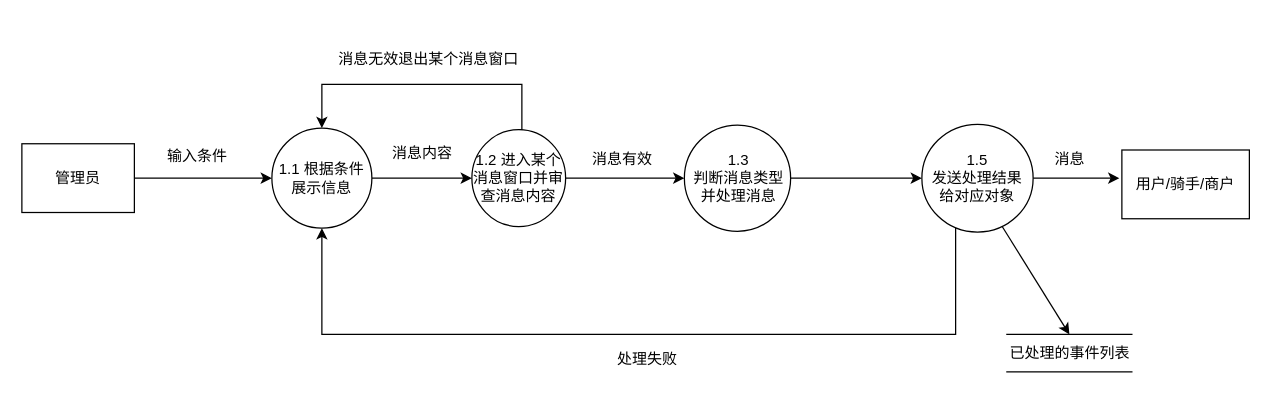
Before: page "管理员目标系统模型" (5 of 12) of Untitled Diagram.drawio in czely/czely.github.io, a draw.io diagram. Source tidied: cells renumbered, new cells numbered last; positions are measured from the earlier drawing's top-left corner, leaving out a move shared by most shapes. Both pictures are drawn from the tidied source at 125%, with x=0, y=0 at pixel (21, 46).
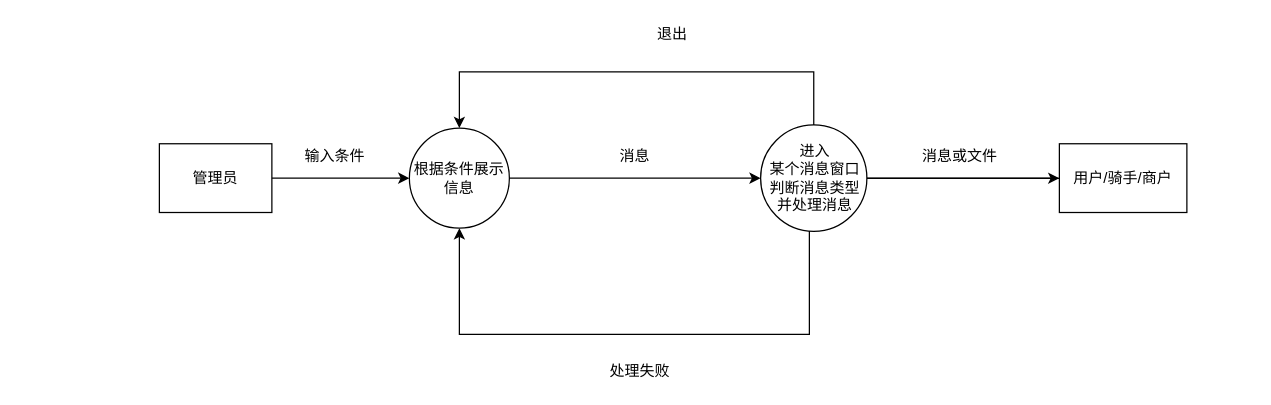
Above is the later version.

Change to the diagram source:
```diff
@@
     <mxCell id="2" value="管理员" style="rounded=0;whiteSpace=wrap;html=1;" parent="1" vertex="1">
-      <mxGeometry y="77.5" width="90" height="55" as="geometry" />
+      <mxGeometry x="110" y="77.5" width="90" height="55" as="geometry" />
     </mxCell>
-    <mxCell id="3" style="edgeStyle=orthogonalEdgeStyle;rounded=0;jettySize=auto;html=1;exitX=0.5;exitY=0;exitDx=0;exitDy=0;entryX=0.5;entryY=0;entryDx=0;entryDy=0;" parent="1" edge="1" source="5" target="12">
-      <mxGeometry relative="1" as="geometry">
-        <Array as="points">
-          <mxPoint x="400" y="30" />
-          <mxPoint x="240" y="30" />
-        </Array>
-      </mxGeometry>
-    </mxCell>
-    <mxCell id="4" style="edgeStyle=orthogonalEdgeStyle;rounded=0;jettySize=auto;html=1;entryX=0;entryY=0.5;entryDx=0;entryDy=0;" parent="1" edge="1" source="5" target="20">
-      <mxGeometry relative="1" as="geometry" />
-    </mxCell>
-    <mxCell id="5" value="1.2 进入某个消息窗口并审查消息内容" style="ellipse;whiteSpace=wrap;html=1;" parent="1" vertex="1">
-      <mxGeometry x="360" y="66.2" width="75" height="77.5" as="geometry" />
-    </mxCell>
-    <mxCell id="6" style="edgeStyle=orthogonalEdgeStyle;rounded=0;jettySize=auto;html=1;exitX=1;exitY=0.5;exitDx=0;exitDy=0;" parent="1" edge="1" source="8">
-      <mxGeometry relative="1" as="geometry">
-        <mxPoint x="878" y="105" as="targetPoint" />
-        <Array as="points">
-          <mxPoint x="868" y="105" />
-        </Array>
-      </mxGeometry>
-    </mxCell>
-    <mxCell id="7" style="edgeStyle=orthogonalEdgeStyle;rounded=0;jettySize=auto;html=1;" parent="1" edge="1" source="8" target="12">
+    <mxCell id="7" style="edgeStyle=orthogonalEdgeStyle;rounded=0;jettySize=auto;html=1;" parent="1" edge="1" target="12">
       <mxGeometry relative="1" as="geometry">
+        <mxPoint x="830" y="105.1" as="sourcePoint" />
         <Array as="points">
-          <mxPoint x="747" y="230" />
-          <mxPoint x="240" y="230" />
+          <mxPoint x="630" y="105" />
+          <mxPoint x="630" y="230" />
+          <mxPoint x="350" y="230" />
         </Array>
       </mxGeometry>
     </mxCell>
-    <mxCell id="8" value="1.5&lt;br&gt;发送处理结果&lt;br&gt;给对应对象" style="ellipse;whiteSpace=wrap;html=1;" parent="1" vertex="1">
-      <mxGeometry x="720" y="61.9" width="89" height="86.2" as="geometry" />
-    </mxCell>
     <mxCell id="9" value="用户/骑手/商户" style="whiteSpace=wrap;html=1;" parent="1" vertex="1">
-      <mxGeometry x="880" y="82.5" width="102" height="55" as="geometry" />
+      <mxGeometry x="830" y="77.5" width="102" height="55" as="geometry" />
     </mxCell>
-    <mxCell id="10" value="消息" style="text;html=1;align=center;verticalAlign=middle;" parent="1" vertex="1">
-      <mxGeometry x="818" y="80" width="40" height="20" as="geometry" />
-    </mxCell>
-    <mxCell id="11" style="edgeStyle=orthogonalEdgeStyle;rounded=0;jettySize=auto;html=1;" parent="1" edge="1" source="12" target="5">
+    <mxCell id="11" style="edgeStyle=orthogonalEdgeStyle;rounded=0;jettySize=auto;html=1;entryX=0;entryY=0.5;entryDx=0;entryDy=0;" parent="1" edge="1" source="12" target="20">
       <mxGeometry relative="1" as="geometry" />
     </mxCell>
-    <mxCell id="12" value="1.1 根据条件展示信息" style="ellipse;whiteSpace=wrap;html=1;" parent="1" vertex="1">
-      <mxGeometry x="200" y="65" width="80" height="80" as="geometry" />
+    <mxCell id="12" value="根据条件展示信息" style="ellipse;whiteSpace=wrap;html=1;" parent="1" vertex="1">
+      <mxGeometry x="310" y="65" width="80" height="80" as="geometry" />
     </mxCell>
@@
     <mxCell id="14" value="输入条件" style="text;html=1;align=center;verticalAlign=middle;" parent="1" vertex="1">
-      <mxGeometry x="110" y="77.5" width="60" height="20" as="geometry" />
+      <mxGeometry x="220" y="77.5" width="60" height="20" as="geometry" />
     </mxCell>
-    <mxCell id="15" value="已处理的事件列表" style="html=1;dashed=0;whitespace=wrap;shape=partialRectangle;right=0;left=0;" parent="1" vertex="1">
-      <mxGeometry x="788" y="230" width="100" height="30" as="geometry" />
-    </mxCell>
-    <mxCell id="16" value="消息无效退出某个消息窗口" style="text;html=1;align=center;verticalAlign=middle;" parent="1" vertex="1">
-      <mxGeometry x="245" width="160" height="20" as="geometry" />
+    <mxCell id="16" value="退出" style="text;html=1;align=center;verticalAlign=middle;" parent="1" vertex="1">
+      <mxGeometry x="500" y="-20" width="40" height="20" as="geometry" />
     </mxCell>
-    <mxCell id="17" style="endArrow=classic;html=1;exitX=0.722;exitY=0.949;exitDx=0;exitDy=0;exitPerimeter=0;entryX=0.5;entryY=0;entryDx=0;entryDy=0;" parent="1" edge="1" source="8" target="15">
-      <mxGeometry relative="1" as="geometry" />
-    </mxCell>
     <mxCell id="18" value="处理失败" style="text;html=1;align=center;verticalAlign=middle;" parent="1" vertex="1">
-      <mxGeometry x="470" y="240" width="60" height="20" as="geometry" />
+      <mxGeometry x="464" y="250" width="60" height="20" as="geometry" />
     </mxCell>
-    <mxCell id="19" style="edgeStyle=orthogonalEdgeStyle;rounded=0;jettySize=auto;html=1;" parent="1" edge="1" source="20" target="8">
-      <mxGeometry relative="1" as="geometry" />
+    <mxCell id="19" style="edgeStyle=orthogonalEdgeStyle;rounded=0;jettySize=auto;html=1;" parent="1" edge="1" source="20">
+      <mxGeometry relative="1" as="geometry">
+        <mxPoint x="830" y="105.1" as="targetPoint" />
+      </mxGeometry>
     </mxCell>
+    <mxCell id="23" style="edgeStyle=orthogonalEdgeStyle;rounded=0;jettySize=auto;html=1;exitX=0.5;exitY=0;exitDx=0;exitDy=0;entryX=0.5;entryY=0;entryDx=0;entryDy=0;" parent="1" edge="1" source="20" target="12">
+      <mxGeometry relative="1" as="geometry">
+        <Array as="points">
+          <mxPoint x="634" y="20" />
+          <mxPoint x="350" y="20" />
+        </Array>
+      </mxGeometry>
+    </mxCell>
-    <mxCell id="20" value="1.3 &lt;br&gt;判断消息类型&lt;br&gt;并处理消息" style="shape=ellipse;html=1;dashed=0;whitespace=wrap;perimeter=ellipsePerimeter;" parent="1" vertex="1">
-      <mxGeometry x="530" y="62.5" width="85" height="85" as="geometry" />
+    <mxCell id="20" value="进入&lt;br&gt;某个消息窗口&lt;br&gt;判断消息类型&lt;br&gt;并处理消息" style="shape=ellipse;html=1;dashed=0;whitespace=wrap;perimeter=ellipsePerimeter;" parent="1" vertex="1">
+      <mxGeometry x="591" y="62.5" width="85" height="85" as="geometry" />
     </mxCell>
-    <mxCell id="21" value="消息有效" style="text;html=1;align=center;verticalAlign=middle;" parent="1" vertex="1">
-      <mxGeometry x="450" y="80" width="60" height="20" as="geometry" />
-    </mxCell>
-    <mxCell id="22" value="消息内容" style="text;html=1;align=center;verticalAlign=middle;" parent="1" vertex="1">
-      <mxGeometry x="290" y="75" width="60" height="20" as="geometry" />
+    <mxCell id="22" value="消息" style="text;html=1;align=center;verticalAlign=middle;" parent="1" vertex="1">
+      <mxGeometry x="470" y="77.5" width="40" height="20" as="geometry" />
     </mxCell>
+    <mxCell id="24" value="消息或文件" style="text;html=1;align=center;verticalAlign=middle;" parent="1" vertex="1">
+      <mxGeometry x="710" y="77.5" width="80" height="20" as="geometry" />
+    </mxCell>
```
